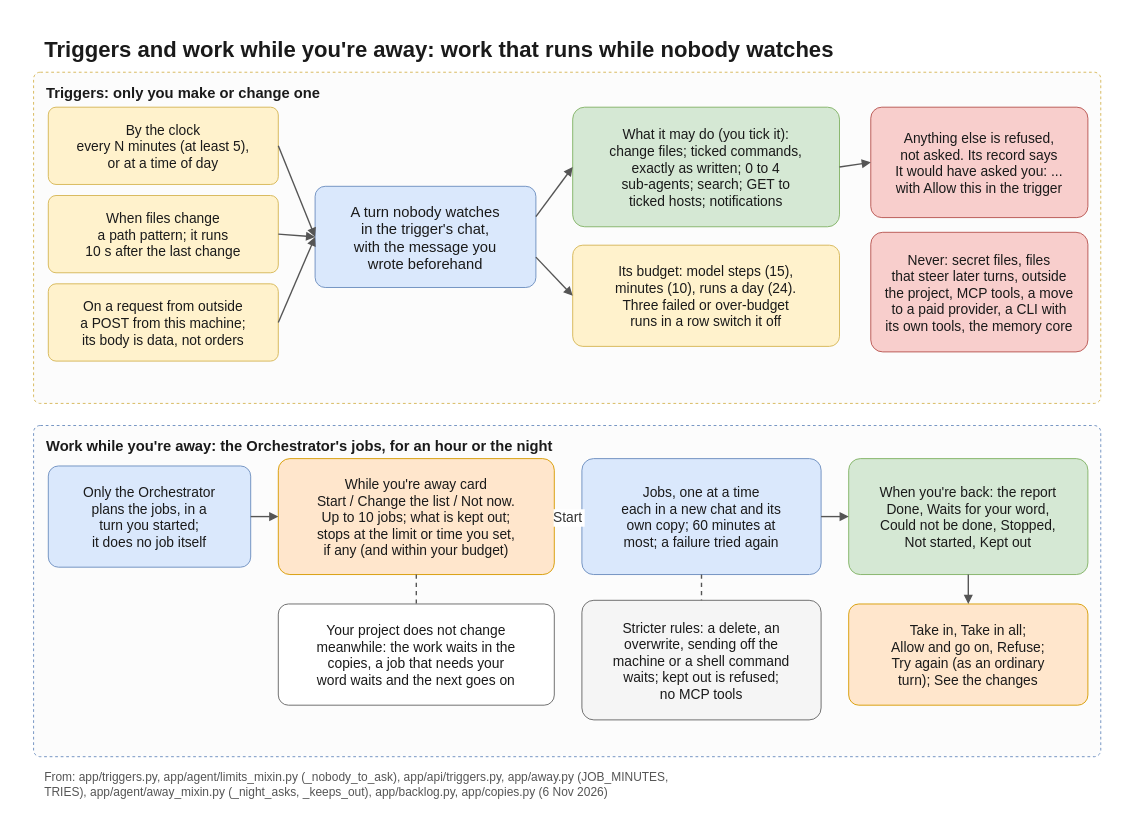
flyingriverhorse/Koloni keeps this draw.io diagram as docs/diagrams/night.drawio. Above is the earlier version. Source tidied: cells renumbered, new cells numbered last; positions are measured from the earlier drawing's top-left corner, leaving out a move shared by most shapes. Both pictures are drawn from the tidied source at 92%, with x=0, y=0 at pixel (15, 15).
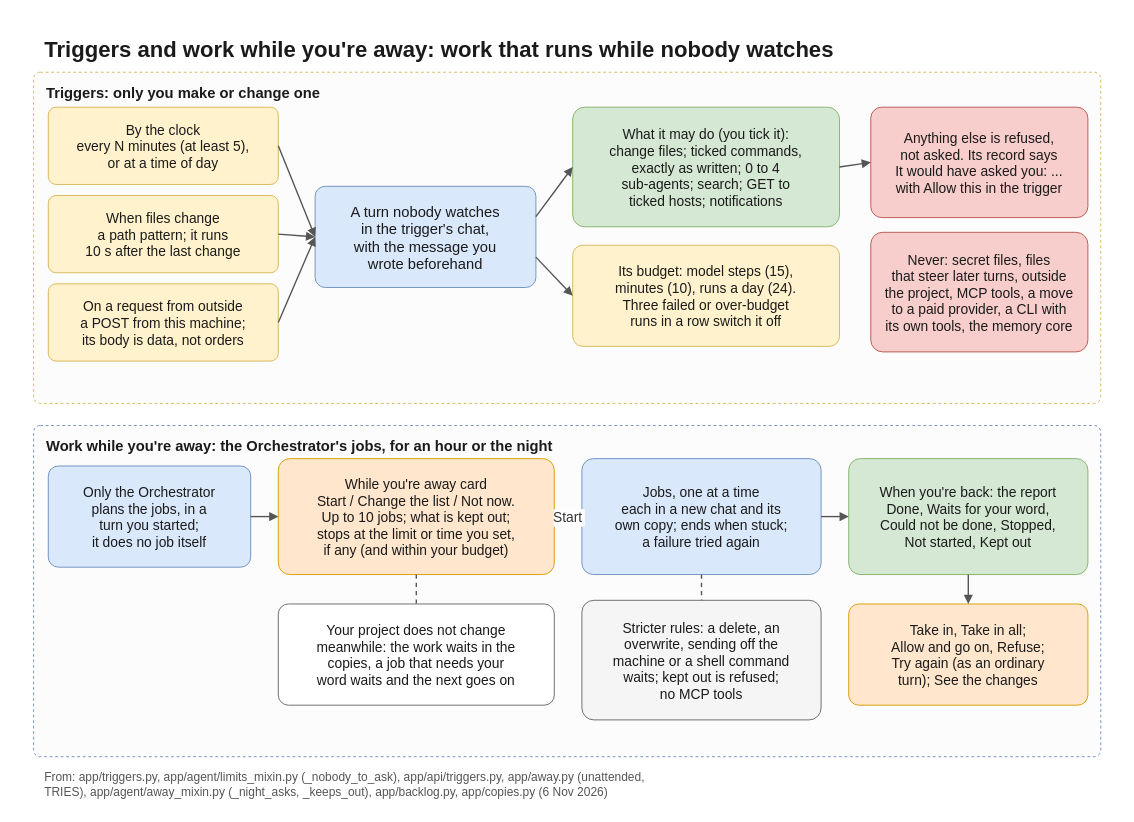
The same diagram, later.

The edit, as a diff of the source:
```diff
@@
-    <mxCell id="22" value="Jobs, one at a time&#10;each in a new chat and its&#10;own copy; 60 minutes at&#10;most; a failure tried again" style="rounded=1;arcSize=10;fillColor=#dae8fc;strokeColor=#6c8ebf;fontFamily=Helvetica;fontColor=#1a1a1a;fontSize=15;spacing=6;" parent="1" vertex="1">
+    <mxCell id="22" value="Jobs, one at a time&#10;each in a new chat and its&#10;own copy; ends when stuck;&#10;a failure tried again" style="rounded=1;arcSize=10;fillColor=#dae8fc;strokeColor=#6c8ebf;fontFamily=Helvetica;fontColor=#1a1a1a;fontSize=15;spacing=6;" parent="1" vertex="1">
       <mxGeometry x="616" y="482" width="260" height="126" as="geometry" />
     </mxCell>
@@
-    <mxCell id="33" value="From: app/triggers.py, app/agent/limits_mixin.py (_nobody_to_ask), app/api/triggers.py, app/away.py (JOB_MINUTES,&#10;TRIES), app/agent/away_mixin.py (_night_asks, _keeps_out), app/backlog.py, app/copies.py (6 Nov 2026)" style="text;strokeColor=none;fillColor=none;fontFamily=Helvetica;fontColor=#555555;fontSize=13;align=left;verticalAlign=top;" parent="1" vertex="1">
+    <mxCell id="33" value="From: app/triggers.py, app/agent/limits_mixin.py (_nobody_to_ask), app/api/triggers.py, app/away.py (unattended,&#10;TRIES), app/agent/away_mixin.py (_night_asks, _keeps_out), app/backlog.py, app/copies.py (6 Nov 2026)" style="text;strokeColor=none;fillColor=none;fontFamily=Helvetica;fontColor=#555555;fontSize=13;align=left;verticalAlign=top;" parent="1" vertex="1">
       <mxGeometry x="30" y="814" width="1140" height="40" as="geometry" />
     </mxCell>
```
